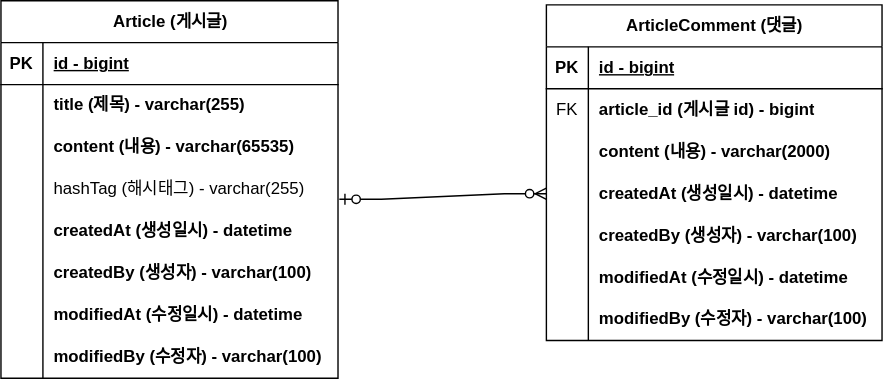
This is document/board-project-erd.svg from gutanbug/board-project, a draw.io export, as it was before one commit. Source tidied: cells renumbered, new cells last; positions are measured from the earlier drawing's top-left corner, leaving out a move shared by most shapes.
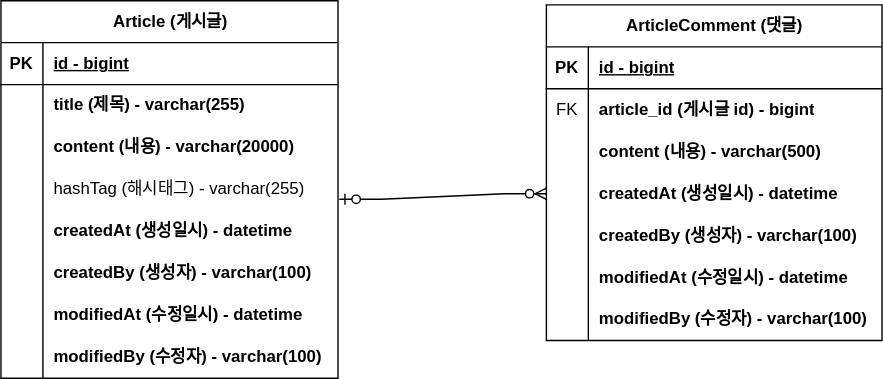
The same diagram one commit later.

Commit message:
#10 - ERD 업데이트: content 사이즈 변경

Diff of the diagram source:
```diff
@@ -29,7 +29,7 @@
     <mxCell id="10" style="shape=partialRectangle;fillColor=none;top=0;left=0;bottom=0;right=0;overflow=hidden;whiteSpace=wrap;html=1;" parent="9" vertex="1">
       <mxGeometry width="30" height="30" as="geometry" />
     </mxCell>
-    <mxCell id="11" value="content (내용) - varchar(65535)" style="shape=partialRectangle;fillColor=none;top=0;left=0;bottom=0;right=0;align=left;spacingLeft=6;overflow=hidden;whiteSpace=wrap;html=1;fontStyle=1;" parent="9" vertex="1">
+    <mxCell id="11" value="content (내용) - varchar(20000)" style="shape=partialRectangle;fillColor=none;top=0;left=0;bottom=0;right=0;align=left;spacingLeft=6;overflow=hidden;whiteSpace=wrap;html=1;fontStyle=1;" parent="9" vertex="1">
       <mxGeometry x="30" width="211" height="30" as="geometry" />
     </mxCell>
     <mxCell id="12" style="shape=tableRow;horizontal=0;startSize=0;swimlaneHead=0;swimlaneBody=0;fillColor=none;points=[[0,0.5],[1,0.5]];portConstraint=eastwest;top=0;left=0;right=0;bottom=0;" parent="2" vertex="1">
@@ -104,7 +104,7 @@
     <mxCell id="35" style="shape=partialRectangle;fillColor=none;top=0;left=0;bottom=0;right=0;overflow=hidden;whiteSpace=wrap;html=1;" parent="34" vertex="1">
       <mxGeometry width="30" height="30" as="geometry" />
     </mxCell>
-    <mxCell id="36" value="content (내용) - varchar(2000)" style="shape=partialRectangle;fillColor=none;top=0;left=0;bottom=0;right=0;align=left;spacingLeft=6;overflow=hidden;whiteSpace=wrap;html=1;fontStyle=1;" parent="34" vertex="1">
+    <mxCell id="36" value="content (내용) - varchar(500)" style="shape=partialRectangle;fillColor=none;top=0;left=0;bottom=0;right=0;align=left;spacingLeft=6;overflow=hidden;whiteSpace=wrap;html=1;fontStyle=1;" parent="34" vertex="1">
       <mxGeometry x="30" width="210" height="30" as="geometry" />
     </mxCell>
     <mxCell id="37" style="shape=tableRow;horizontal=0;startSize=0;swimlaneHead=0;swimlaneBody=0;fillColor=none;points=[[0,0.5],[1,0.5]];portConstraint=eastwest;top=0;left=0;right=0;bottom=0;" parent="27" vertex="1">
```
